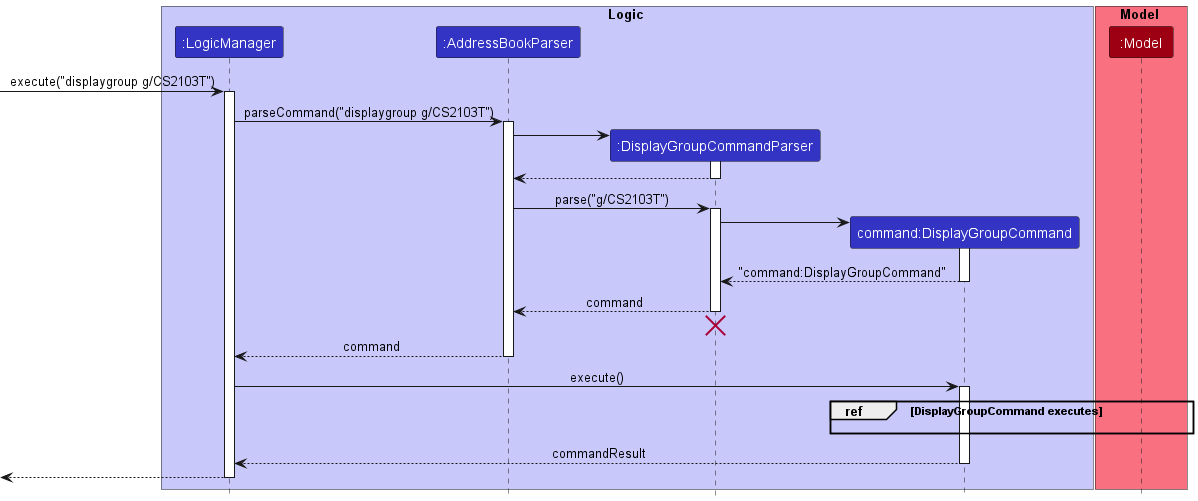
This is docs/images/DisplayGroupSequenceDiagram.png from nus-cs2103-AY2223S1/tp, a PlantUML export, as it was before one commit.
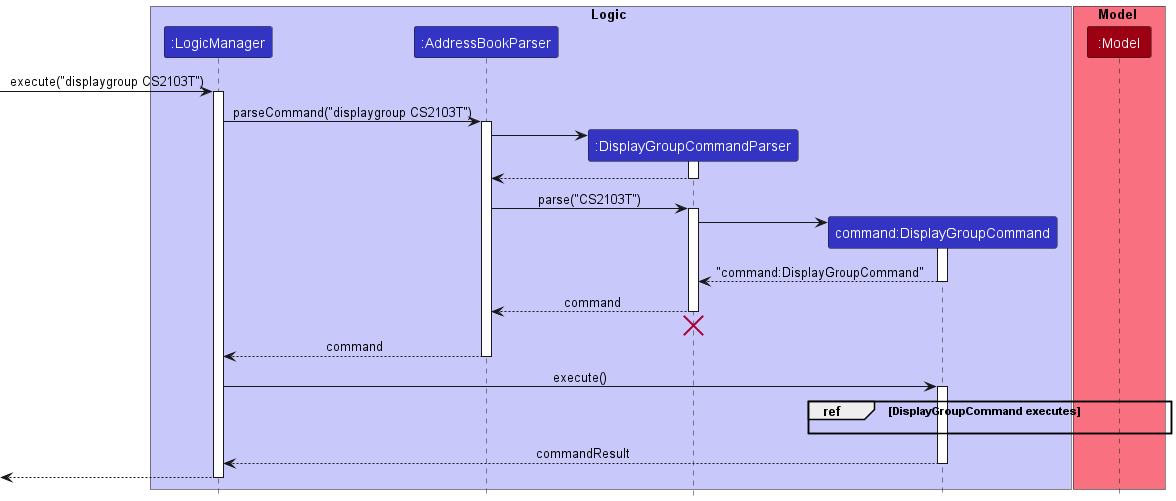
The same diagram one commit later.

Commit message:
Modify displaygroup implementation to not include g/ prefix

The edit, as a diff of the source:
```diff
@@ -12,10 +12,10 @@
 participant ":Model" as Model MODEL_COLOR
 end box
 
-[-> LogicManager : execute("displaygroup g/CS2103T")
+[-> LogicManager : execute("displaygroup CS2103T")
 activate LogicManager
 
-LogicManager -> AddressBookParser : parseCommand("displaygroup g/CS2103T")
+LogicManager -> AddressBookParser : parseCommand("displaygroup CS2103T")
 activate AddressBookParser
 
 create DisplayGroupCommandParser
@@ -23,7 +23,7 @@
 activate DisplayGroupCommandParser
 return
 
-AddressBookParser -> DisplayGroupCommandParser : parse("g/CS2103T")
+AddressBookParser -> DisplayGroupCommandParser : parse("CS2103T")
 activate DisplayGroupCommandParser
 
 create DisplayGroupCommand
```
